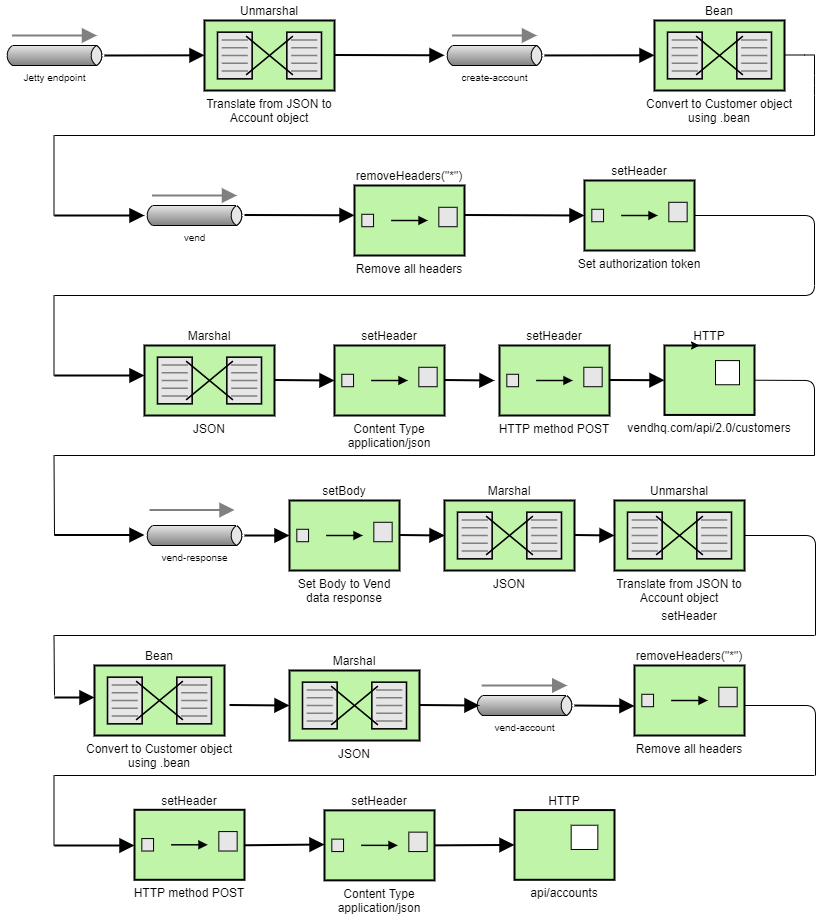
Above: CustomerAccountServiceEIP.png in hugonzb/CamelRouter-Project (draw.io), before the change. Source tidied: cells renumbered, new cells last; positions are measured from the earlier drawing's top-left corner, leaving out a move shared by most shapes.
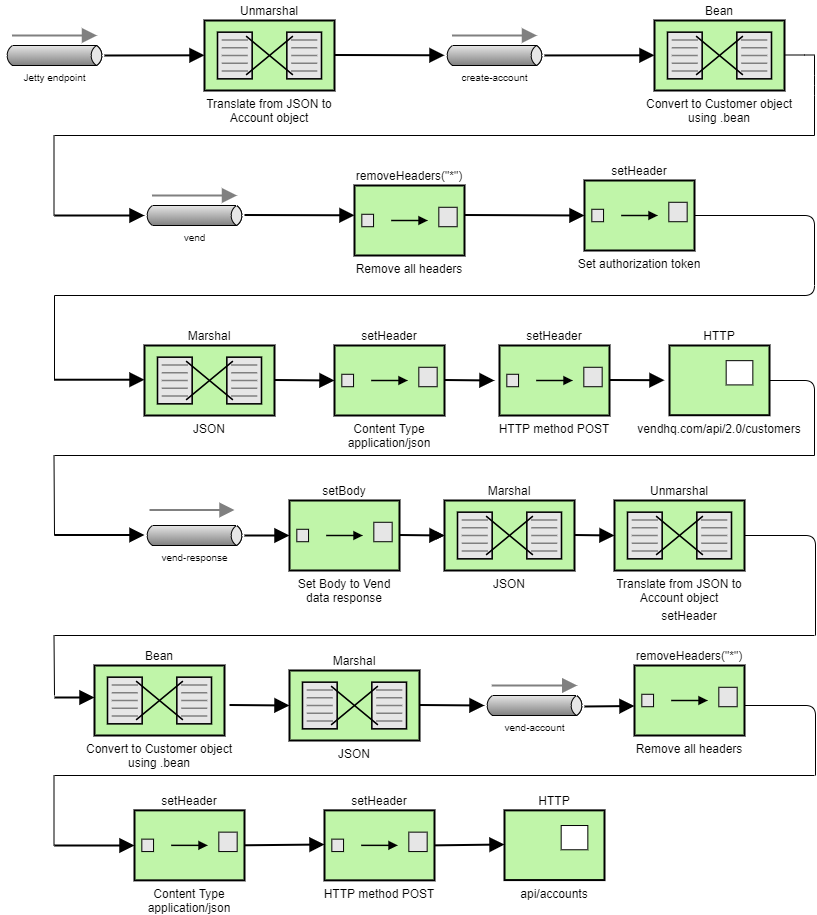
The same diagram one commit later.

Commit message:
Completed and proof-read CustomerAccountService EIP diagram

Diff of the diagram source:
```diff
@@ -135,14 +135,14 @@
     </mxCell>
     <mxCell id="26" style="endArrow=none;html=1;strokeColor=#000000;fontSize=12;" parent="1" edge="1">
       <mxGeometry relative="1" as="geometry">
-        <mxPoint x="49.5" y="295" as="sourcePoint" />
-        <mxPoint x="49.5" y="375" as="targetPoint" />
+        <mxPoint x="50" y="295" as="sourcePoint" />
+        <mxPoint x="50" y="380" as="targetPoint" />
       </mxGeometry>
     </mxCell>
     <mxCell id="27" style="edgeStyle=none;html=1;strokeColor=#000000;endArrow=block;endSize=10;dashed=0;verticalAlign=bottom;strokeWidth=2;" parent="1" edge="1">
       <mxGeometry relative="1" as="geometry">
-        <mxPoint x="50" y="375" as="sourcePoint" />
-        <mxPoint x="140" y="375" as="targetPoint" />
+        <mxPoint x="50" y="379.2" as="sourcePoint" />
+        <mxPoint x="140" y="379.2" as="targetPoint" />
       </mxGeometry>
     </mxCell>
     <mxCell id="28" value="JSON" style="strokeWidth=2;dashed=0;align=center;fontSize=12;shape=mxgraph.eip.message_translator;fillColor=#c0f5a9;verticalLabelPosition=bottom;verticalAlign=top;labelPosition=center;" parent="1" vertex="1">
@@ -166,17 +166,9 @@
     <mxCell id="34" value="&lt;font size=&quot;1&quot;&gt;vend-response&lt;/font&gt;" style="strokeWidth=1;dashed=0;align=center;html=1;fontSize=8;shape=mxgraph.eip.messageChannel;verticalLabelPosition=bottom;labelBackgroundColor=#ffffff;verticalAlign=top;" parent="1" vertex="1">
       <mxGeometry x="140" y="525" width="100" height="20" as="geometry" />
     </mxCell>
-    <mxCell id="35" value="vendhq.com/api/2.0/customers" style="strokeWidth=2;dashed=0;align=center;fontSize=12;shape=rect;verticalLabelPosition=bottom;verticalAlign=top;fillColor=#c0f5a9;" parent="1" vertex="1">
-      <mxGeometry x="660" y="345" width="90" height="69.4" as="geometry" />
-    </mxCell>
-    <mxCell id="36" style="strokeWidth=1;dashed=0;align=center;fontSize=8;shape=rect;" parent="35" vertex="1">
-      <mxGeometry x="51" y="15.1" width="24" height="24.2" as="geometry" />
-    </mxCell>
-    <mxCell id="37" value="HTTP" style="text;html=1;strokeColor=none;fillColor=none;align=center;verticalAlign=middle;whiteSpace=wrap;rounded=0;fontSize=12;" parent="1" vertex="1">
-      <mxGeometry x="685" y="325" width="40" height="20" as="geometry" />
-    </mxCell>
-    <mxCell id="38" style="endArrow=none;html=1;strokeColor=#000000;fontSize=12;exitX=1;exitY=0.5;exitDx=0;exitDy=0;" parent="1" edge="1" source="35">
+    <mxCell id="38" style="endArrow=none;html=1;strokeColor=#000000;fontSize=12;" parent="1" edge="1">
       <mxGeometry relative="1" as="geometry">
+        <mxPoint x="760" y="380" as="sourcePoint" />
         <mxPoint x="810" y="455" as="targetPoint" />
         <Array as="points">
           <mxPoint x="810" y="380" />
@@ -222,9 +214,10 @@
         <mxPoint x="490" y="380" as="targetPoint" />
       </mxGeometry>
     </mxCell>
-    <mxCell id="45" style="edgeStyle=none;html=1;strokeColor=#000000;endArrow=block;endSize=10;dashed=0;verticalAlign=bottom;strokeWidth=2;entryX=0;entryY=0.5;entryDx=0;entryDy=0;" parent="1" edge="1" target="35">
+    <mxCell id="45" style="edgeStyle=none;html=1;strokeColor=#000000;endArrow=block;endSize=10;dashed=0;verticalAlign=bottom;strokeWidth=2;entryX=0;entryY=0.5;entryDx=0;entryDy=0;" parent="1" edge="1">
       <mxGeometry relative="1" as="geometry">
         <mxPoint x="605" y="379.5" as="sourcePoint" />
+        <mxPoint x="660" y="379.7" as="targetPoint" />
       </mxGeometry>
     </mxCell>
     <mxCell id="46" style="edgeStyle=orthogonalEdgeStyle;rounded=0;jettySize=auto;html=1;strokeColor=#000000;fontSize=12;" parent="1" edge="1" source="47" target="48">
@@ -246,16 +239,16 @@
       <mxGeometry x="285" y="670" width="130" height="70" as="geometry" />
     </mxCell>
     <mxCell id="52" value="&lt;font size=&quot;1&quot;&gt;vend-account&lt;/font&gt;" style="strokeWidth=1;outlineConnect=0;dashed=0;align=center;html=1;fontSize=8;shape=mxgraph.eip.messageChannel;verticalLabelPosition=bottom;labelBackgroundColor=#ffffff;verticalAlign=top;" parent="1" vertex="1">
-      <mxGeometry x="470" y="695" width="100" height="20" as="geometry" />
+      <mxGeometry x="480" y="695" width="100" height="20" as="geometry" />
     </mxCell>
     <mxCell id="53" value="Content Type&#10;application/json" style="strokeWidth=2;outlineConnect=0;dashed=0;align=center;fontSize=12;fillColor=#c0f5a9;verticalLabelPosition=bottom;verticalAlign=top;shape=mxgraph.eip.content_enricher;" parent="1" vertex="1">
-      <mxGeometry x="320" y="809.9" width="110" height="70" as="geometry" />
+      <mxGeometry x="130" y="809.9" width="110" height="70" as="geometry" />
     </mxCell>
     <mxCell id="54" value="HTTP method POST" style="strokeWidth=2;outlineConnect=0;dashed=0;align=center;fontSize=12;fillColor=#c0f5a9;verticalLabelPosition=bottom;verticalAlign=top;shape=mxgraph.eip.content_enricher;" parent="1" vertex="1">
-      <mxGeometry x="130" y="809.3" width="110" height="70" as="geometry" />
+      <mxGeometry x="320" y="809.9" width="110" height="70" as="geometry" />
     </mxCell>
     <mxCell id="55" value="api/accounts" style="strokeWidth=2;dashed=0;align=center;fontSize=12;shape=rect;verticalLabelPosition=bottom;verticalAlign=top;fillColor=#c0f5a9;" parent="1" vertex="1">
-      <mxGeometry x="510" y="809.6" width="100" height="69.7" as="geometry" />
+      <mxGeometry x="500" y="809.9" width="100" height="69.7" as="geometry" />
     </mxCell>
     <mxCell id="56" style="strokeWidth=1;dashed=0;align=center;fontSize=8;shape=rect;" parent="55" vertex="1">
       <mxGeometry x="56.7" y="15.2" width="26.7" height="24.3" as="geometry" />
@@ -300,15 +293,14 @@
         <mxPoint x="285" y="705" as="targetPoint" />
       </mxGeometry>
     </mxCell>
-    <mxCell id="67" style="edgeStyle=none;html=1;strokeColor=#000000;endArrow=block;endSize=10;dashed=0;verticalAlign=bottom;strokeWidth=2;" parent="1" edge="1">
+    <mxCell id="67" style="edgeStyle=none;html=1;strokeColor=#000000;endArrow=block;endSize=10;dashed=0;verticalAlign=bottom;strokeWidth=2;entryX=0;entryY=0.5;entryDx=0;entryDy=0;entryPerimeter=0;" parent="1" edge="1" target="52">
       <mxGeometry relative="1" as="geometry">
         <mxPoint x="415" y="704.5" as="sourcePoint" />
-        <mxPoint x="475" y="705" as="targetPoint" />
       </mxGeometry>
     </mxCell>
     <mxCell id="68" style="edgeStyle=none;html=1;strokeColor=#000000;endArrow=block;endSize=10;dashed=0;verticalAlign=bottom;strokeWidth=2;" parent="1" edge="1">
       <mxGeometry relative="1" as="geometry">
-        <mxPoint x="570" y="705" as="sourcePoint" />
+        <mxPoint x="580" y="706" as="sourcePoint" />
         <mxPoint x="630" y="705.5" as="targetPoint" />
       </mxGeometry>
     </mxCell>
@@ -324,8 +316,10 @@
         <mxPoint x="130" y="845" as="targetPoint" />
       </mxGeometry>
     </mxCell>
-    <mxCell id="71" style="edgeStyle=none;html=1;strokeColor=#000000;endArrow=block;endSize=10;dashed=0;verticalAlign=bottom;strokeWidth=2;entryX=0;entryY=0.5;entryDx=0;entryDy=0;exitX=1;exitY=0.5;exitDx=0;exitDy=0;exitPerimeter=0;" parent="1" edge="1" source="53" target="55">
-      <mxGeometry relative="1" as="geometry" />
+    <mxCell id="71" style="edgeStyle=none;html=1;strokeColor=#000000;endArrow=block;endSize=10;dashed=0;verticalAlign=bottom;strokeWidth=2;exitX=1;exitY=0.5;exitDx=0;exitDy=0;exitPerimeter=0;" parent="1" edge="1" source="54">
+      <mxGeometry relative="1" as="geometry">
+        <mxPoint x="500" y="844" as="targetPoint" />
+      </mxGeometry>
     </mxCell>
     <mxCell id="72" style="endArrow=none;html=1;strokeColor=#000000;fontSize=12;" parent="1" edge="1">
       <mxGeometry relative="1" as="geometry">
@@ -350,16 +344,13 @@
     </mxCell>
     <mxCell id="75" style="edgeStyle=none;html=1;strokeColor=#808080;endArrow=block;endSize=10;dashed=0;verticalAlign=bottom;strokeWidth=2;" parent="1" edge="1">
       <mxGeometry relative="1" as="geometry">
-        <mxPoint x="477.2" y="685" as="sourcePoint" />
-        <mxPoint x="562.8" y="685" as="targetPoint" />
+        <mxPoint x="487.2" y="685" as="sourcePoint" />
+        <mxPoint x="572.8" y="685" as="targetPoint" />
         <Array as="points">
-          <mxPoint x="532.2" y="685" />
+          <mxPoint x="542.2" y="685" />
         </Array>
       </mxGeometry>
     </mxCell>
-    <mxCell id="76" style="edgeStyle=orthogonalEdgeStyle;rounded=0;orthogonalLoop=1;jettySize=auto;html=1;exitX=0;exitY=1;exitDx=0;exitDy=0;entryX=0.25;entryY=1;entryDx=0;entryDy=0;" parent="1" edge="1" source="37" target="37">
-      <mxGeometry relative="1" as="geometry" />
-    </mxCell>
     <mxCell id="77" style="endArrow=none;html=1;strokeColor=#000000;fontSize=12;exitX=1;exitY=0.5;exitDx=0;exitDy=0;exitPerimeter=0;" parent="1" edge="1" source="49">
       <mxGeometry relative="1" as="geometry">
         <mxPoint x="811" y="635" as="targetPoint" />
@@ -404,5 +395,14 @@
     <mxCell id="86" value="Bean" style="text;html=1;strokeColor=none;fillColor=none;align=center;verticalAlign=middle;whiteSpace=wrap;rounded=0;fontSize=12;" parent="1" vertex="1">
       <mxGeometry x="120" y="645" width="70" height="20" as="geometry" />
     </mxCell>
+    <mxCell id="35" value="vendhq.com/api/2.0/customers" style="strokeWidth=2;dashed=0;align=center;fontSize=12;shape=rect;verticalLabelPosition=bottom;verticalAlign=top;fillColor=#c0f5a9;" parent="1" vertex="1">
+      <mxGeometry x="665" y="345" width="100" height="69.7" as="geometry" />
+    </mxCell>
+    <mxCell id="87" style="strokeWidth=1;dashed=0;align=center;fontSize=8;shape=rect;" parent="35" vertex="1">
+      <mxGeometry x="56.7" y="15.2" width="26.7" height="24.3" as="geometry" />
+    </mxCell>
+    <mxCell id="37" value="HTTP" style="text;html=1;strokeColor=none;fillColor=none;align=center;verticalAlign=middle;whiteSpace=wrap;rounded=0;fontSize=12;" parent="35" vertex="1">
+      <mxGeometry x="30" y="-19.7" width="40" height="20" as="geometry" />
+    </mxCell>
   </root>
 </mxGraphModel>
```
